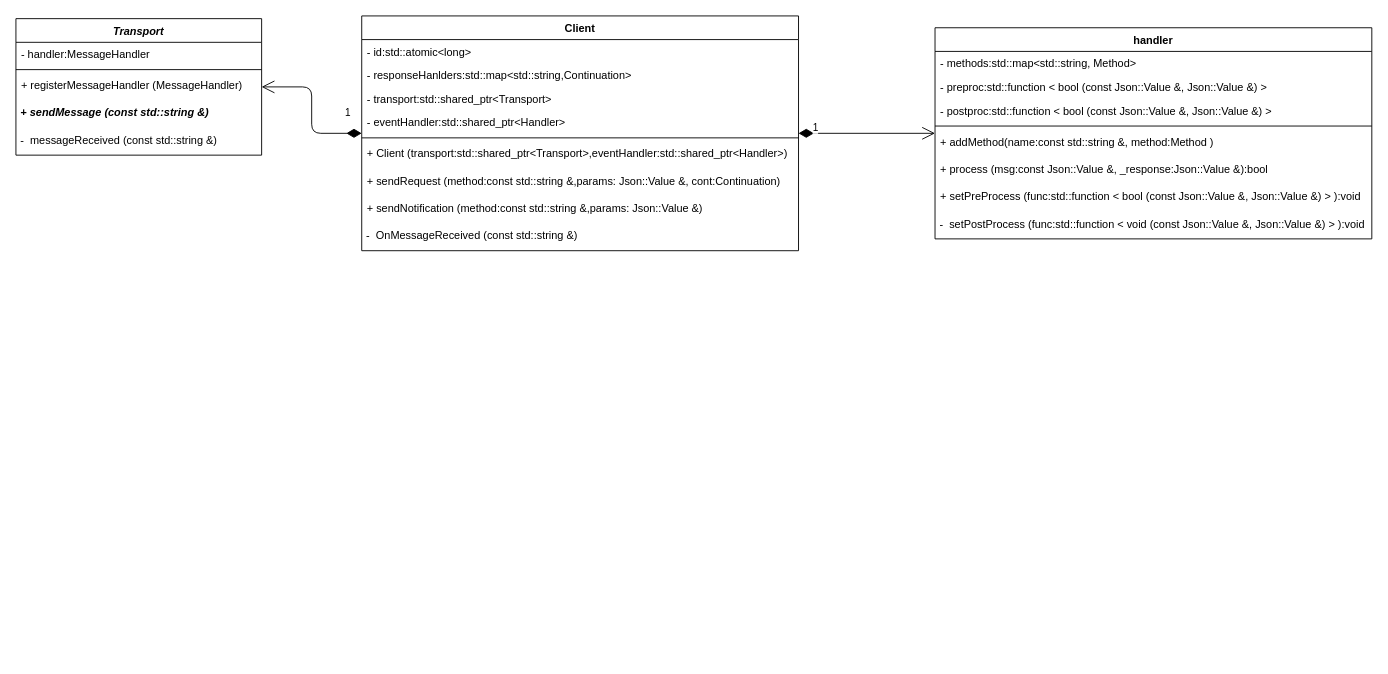
This is page "jsonrpc" (2 of 3) of kms源码分析/kms流程.drawio from 63isOK/conference_graph, a draw.io file, before an edit. Source tidied: cells renumbered, new cells numbered last; positions are measured from the earlier drawing's top-left corner, leaving out a move shared by most shapes. Both pictures are drawn from the tidied source at 91%, with x=0, y=0 at pixel (15, 15).
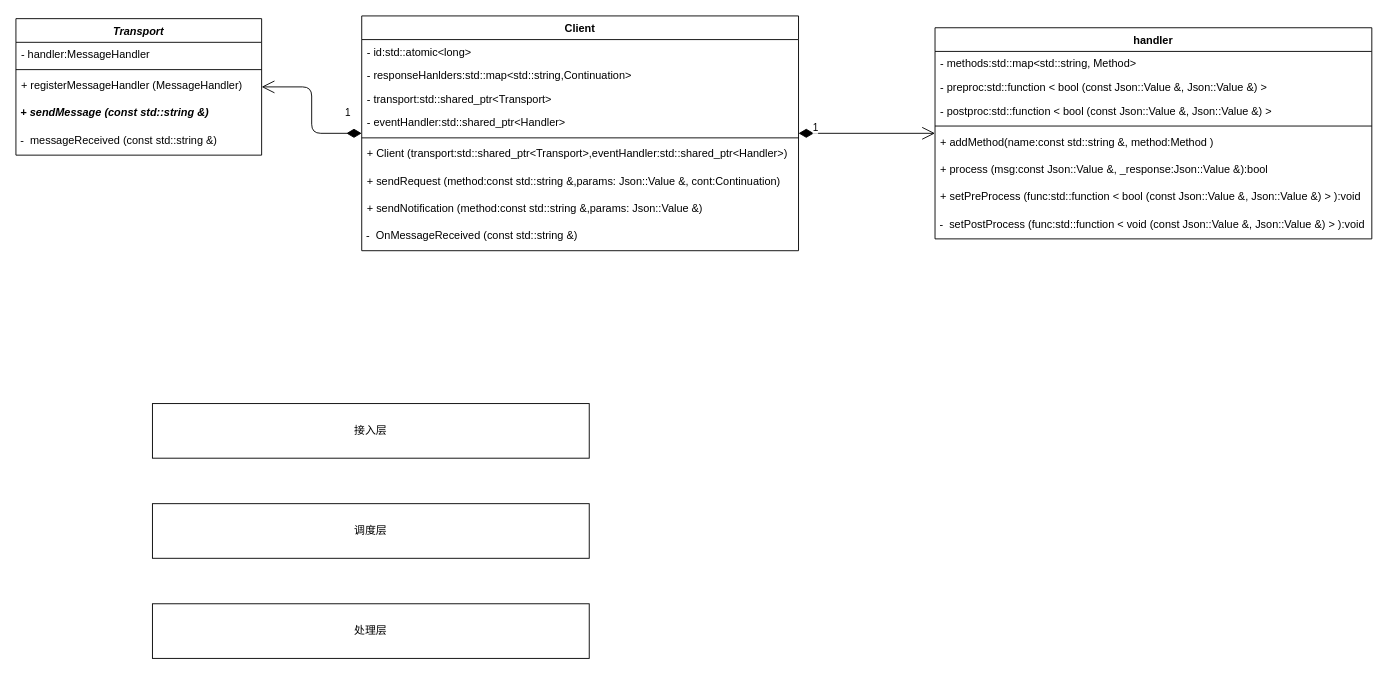
The same page after the edit.

The edit, as a diff of the source:
```diff
@@
+    <mxCell id="29" value="接入层" style="rounded=0;whiteSpace=wrap;html=1;" parent="1" vertex="1">
+      <mxGeometry x="150" y="426" width="480" height="60" as="geometry" />
+    </mxCell>
+    <mxCell id="30" value="调度层" style="rounded=0;whiteSpace=wrap;html=1;" parent="1" vertex="1">
+      <mxGeometry x="150" y="536" width="480" height="60" as="geometry" />
+    </mxCell>
+    <mxCell id="31" value="处理层" style="rounded=0;whiteSpace=wrap;html=1;" parent="1" vertex="1">
+      <mxGeometry x="150" y="646" width="480" height="60" as="geometry" />
+    </mxCell>
```
